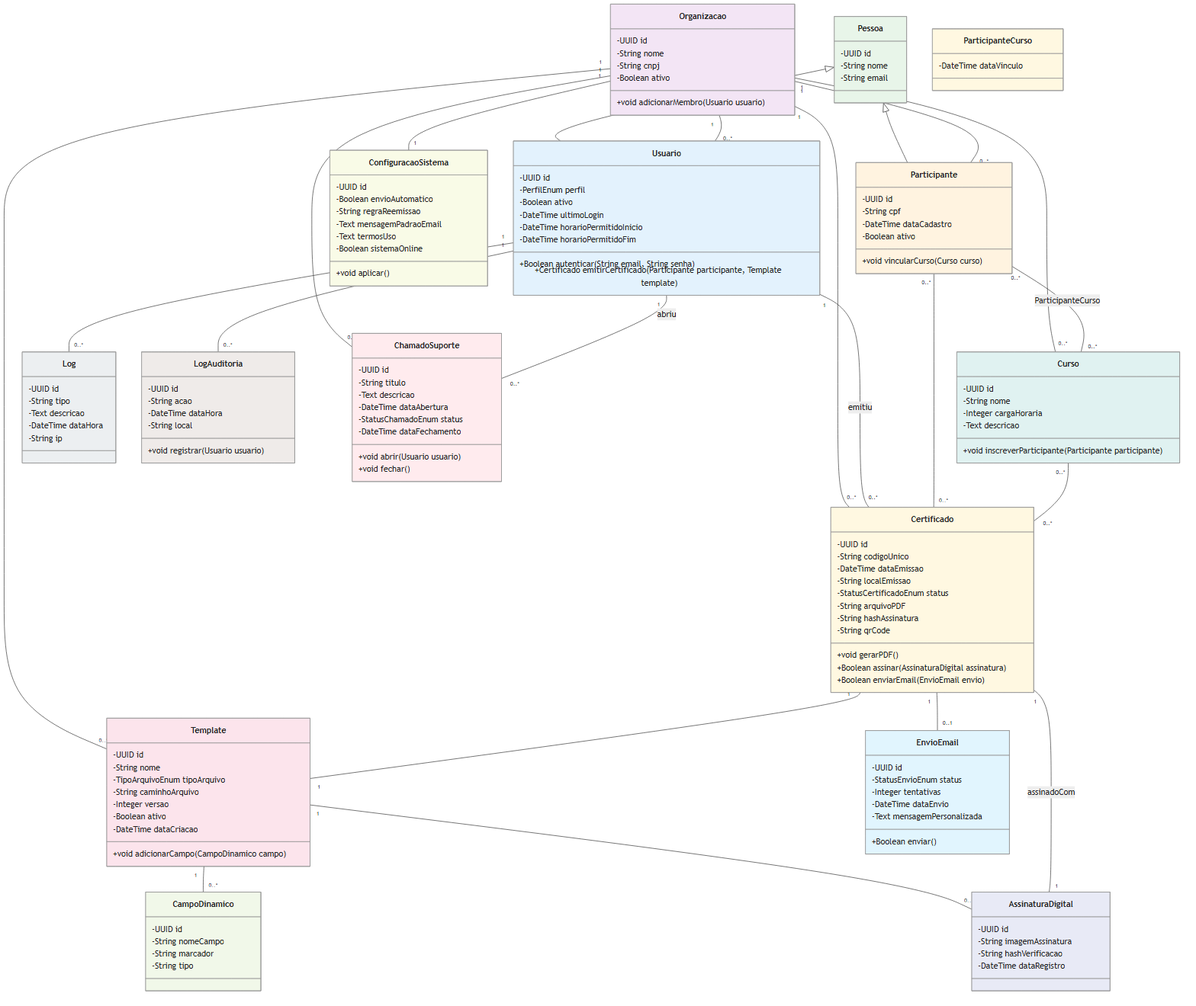
Before: imagens/diagrama-de-classes.png, a diagram exported from Mermaid (igordev23/Relatorio-Tecnico-de-Software---IFPI--Igor). Its source is kept beside it as imagens/diagrama-de-classes.mmd.
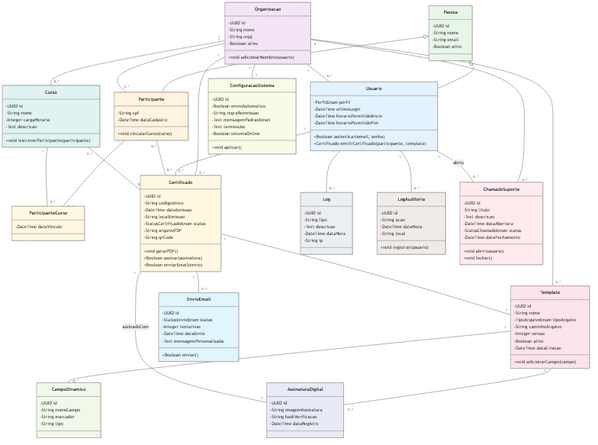
The same diagram one commit later.

Commit message:
Corrige visibilidade e redundancias no diagrama de classes

Change to the diagram source:
```diff
@@ -4,37 +4,34 @@
       -UUID id
       -String nome
       -String email
+      -Boolean ativo
     }
     class Usuario {
-      -UUID id
       -PerfilEnum perfil
-      -Boolean ativo
       -DateTime ultimoLogin
       -DateTime horarioPermitidoInicio
       -DateTime horarioPermitidoFim
-      +Boolean autenticar(String email, String senha)
-      +Certificado emitirCertificado(Participante participante, Template template)
+      +Boolean autenticar(email, senha)
+      +Certificado emitirCertificado(participante, template)
     }
     class Participante {
-      -UUID id
       -String cpf
       -DateTime dataCadastro
-      -Boolean ativo
-      +void vincularCurso(Curso curso)
+      +void vincularCurso(curso)
     }
     class Organizacao {
       -UUID id
       -String nome
       -String cnpj
       -Boolean ativo
-      +void adicionarMembro(Usuario usuario)
+      +void adicionarMembro(usuario)
     }
     class Curso {
       -UUID id
       -String nome
       -Integer cargaHoraria
       -Text descricao
-      +void inscreverParticipante(Participante participante)
+      +void inscreverParticipante(participante)
     }
     class ParticipanteCurso {
       -DateTime dataVinculo
@@ -47,7 +44,7 @@
       -Integer versao
       -Boolean ativo
       -DateTime dataCriacao
-      +void adicionarCampo(CampoDinamico campo)
+      +void adicionarCampo(campo)
     }
     class CampoDinamico {
       -UUID id
@@ -68,11 +65,10 @@
       -String localEmissao
       -StatusCertificadoEnum status
       -String arquivoPDF
-      -String hashAssinatura
       -String qrCode
       +void gerarPDF()
-      +Boolean assinar(AssinaturaDigital assinatura)
-      +Boolean enviarEmail(EnvioEmail envio)
+      +Boolean assinar(assinatura)
+      +Boolean enviarEmail(envio)
     }
     class EnvioEmail {
       -UUID id
@@ -94,7 +90,7 @@
       -String acao
       -DateTime dataHora
       -String local
-      +void registrar(Usuario usuario)
+      +void registrar(usuario)
     }
     class ConfiguracaoSistema {
       -UUID id
@@ -112,7 +108,7 @@
       -DateTime dataAbertura
       -StatusChamadoEnum status
       -DateTime dataFechamento
-      +void abrir(Usuario usuario)
+      +void abrir(usuario)
       +void fechar()
     }
 
@@ -127,7 +123,8 @@
     Organizacao "1" -- "1" ConfiguracaoSistema
     Organizacao "1" -- "0..*" ChamadoSuporte
 
-    Participante "0..*" -- "0..*" Curso : ParticipanteCurso
+    Participante "1" -- "0..*" ParticipanteCurso
+    Curso "1" -- "0..*" ParticipanteCurso
     Template "1" -- "0..*" CampoDinamico
     Template "1" -- "0..1" AssinaturaDigital
 
```
